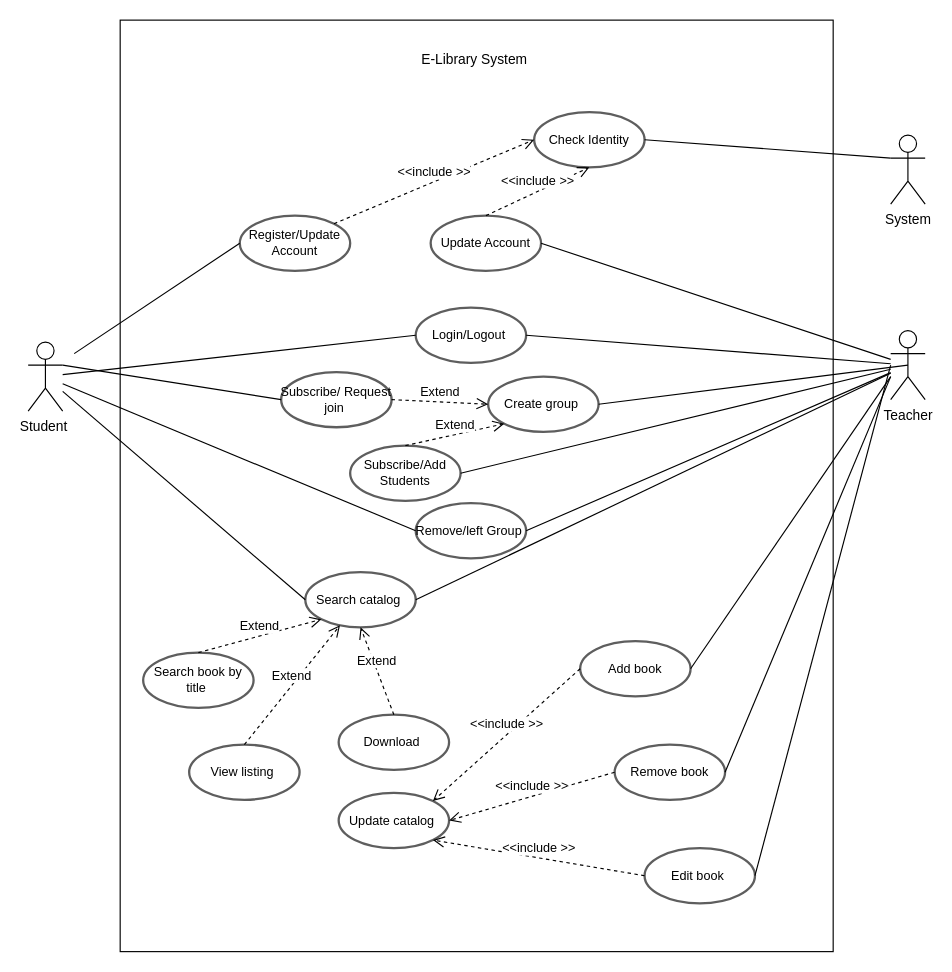
Above: ATM Diagram.drawio in Phearun2020/Appsimple (draw.io), before the change. Source tidied: cells renumbered, new cells numbered last; positions are measured from the earlier drawing's top-left corner, leaving out a move shared by most shapes. Both pictures are drawn from the tidied source at 115%, with x=0, y=0 at pixel (28, 20).
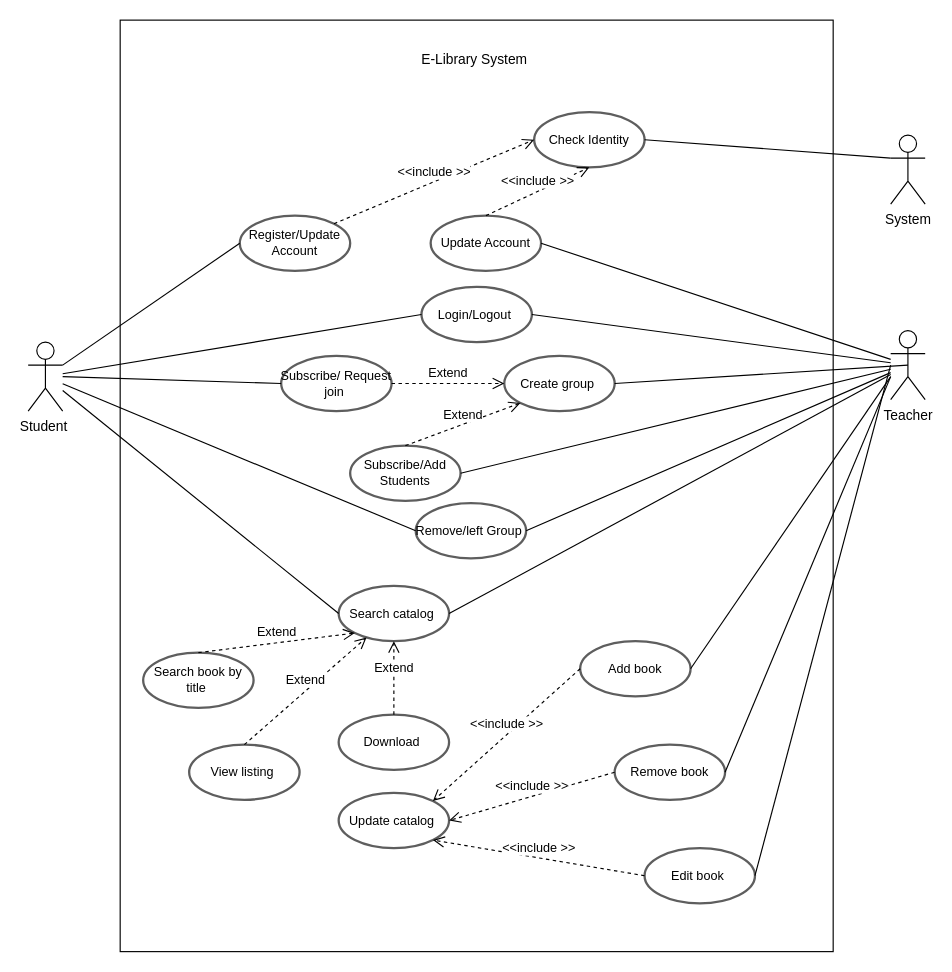
The same diagram, later.

The change refers to these unchanged cells:
```xml
<mxCell id="3" value="Student&amp;nbsp;" style="shape=umlActor;verticalLabelPosition=bottom;verticalAlign=top;html=1;outlineConnect=0;" parent="1" vertex="1">
  <mxGeometry y="280" width="30" height="60" as="geometry" />
</mxCell>
<mxCell id="45" value="Register/Update Account" style="html=1;overflow=block;whiteSpace=wrap;ellipse;whiteSpace=wrap;fontSize=11;spacing=3;strokeColor=#5e5e5e;strokeOpacity=100;rounded=1;absoluteArcSize=1;arcSize=7;strokeWidth=2;" parent="1" vertex="1">
  <mxGeometry x="184" y="170" width="96" height="48" as="geometry" />
</mxCell>
```

What changed in the source:
```diff
@@
     <mxCell id="9" value="Create group&amp;nbsp;" style="html=1;overflow=block;whiteSpace=wrap;ellipse;whiteSpace=wrap;fontSize=11;spacing=3;strokeColor=#5e5e5e;strokeOpacity=100;rounded=1;absoluteArcSize=1;arcSize=7;strokeWidth=2;" parent="1" vertex="1">
-      <mxGeometry x="400" y="310" width="96" height="48" as="geometry" />
+      <mxGeometry x="414" y="292" width="96" height="48" as="geometry" />
     </mxCell>
@@
     <mxCell id="15" value="Login/Logout&amp;nbsp;" style="html=1;overflow=block;whiteSpace=wrap;ellipse;whiteSpace=wrap;fontSize=11;spacing=3;strokeColor=#5e5e5e;strokeOpacity=100;rounded=1;absoluteArcSize=1;arcSize=7;strokeWidth=2;" parent="1" vertex="1">
-      <mxGeometry x="337" y="250" width="96" height="48" as="geometry" />
+      <mxGeometry x="342" y="232" width="96" height="48" as="geometry" />
     </mxCell>
@@
     <mxCell id="23" value="Search catalog&amp;nbsp;" style="html=1;overflow=block;whiteSpace=wrap;ellipse;whiteSpace=wrap;fontSize=11;spacing=3;strokeColor=#5e5e5e;strokeOpacity=100;rounded=1;absoluteArcSize=1;arcSize=7;strokeWidth=2;" parent="1" vertex="1">
-      <mxGeometry x="241" y="480" width="96" height="48" as="geometry" />
+      <mxGeometry x="270" y="492" width="96" height="48" as="geometry" />
     </mxCell>
@@
     <mxCell id="42" value="Subscribe/ Request join&amp;nbsp;" style="html=1;overflow=block;whiteSpace=wrap;ellipse;whiteSpace=wrap;fontSize=11;spacing=3;strokeColor=#5e5e5e;strokeOpacity=100;rounded=1;absoluteArcSize=1;arcSize=7;strokeWidth=2;" parent="1" vertex="1">
-      <mxGeometry x="220" y="306" width="96" height="48" as="geometry" />
+      <mxGeometry x="220" y="292" width="96" height="48" as="geometry" />
     </mxCell>
-    <mxCell id="43" style="endArrow=none;html=1;exitX=1;exitY=0.3333333333333333;exitDx=0;exitDy=0;exitPerimeter=0;entryX=0;entryY=0.5;entryDx=0;entryDy=0;" parent="1" edge="1" source="3" target="42">
-      <mxGeometry relative="1" as="geometry" />
+    <mxCell id="43" style="endArrow=none;html=1;entryX=0;entryY=0.5;entryDx=0;entryDy=0;" parent="1" edge="1" target="42">
+      <mxGeometry relative="1" as="geometry">
+        <mxPoint x="30" y="310" as="sourcePoint" />
+      </mxGeometry>
     </mxCell>
@@
-    <mxCell id="46" style="endArrow=none;html=1;entryX=0;entryY=0.5;entryDx=0;entryDy=0;" parent="1" edge="1" target="45">
-      <mxGeometry relative="1" as="geometry">
-        <mxPoint x="40" y="290" as="sourcePoint" />
-      </mxGeometry>
+    <mxCell id="46" style="endArrow=none;html=1;entryX=0;entryY=0.5;entryDx=0;entryDy=0;exitX=1;exitY=0.3333333333333333;exitDx=0;exitDy=0;exitPerimeter=0;" parent="1" edge="1" source="3" target="45">
+      <mxGeometry relative="1" as="geometry" />
     </mxCell>
```
